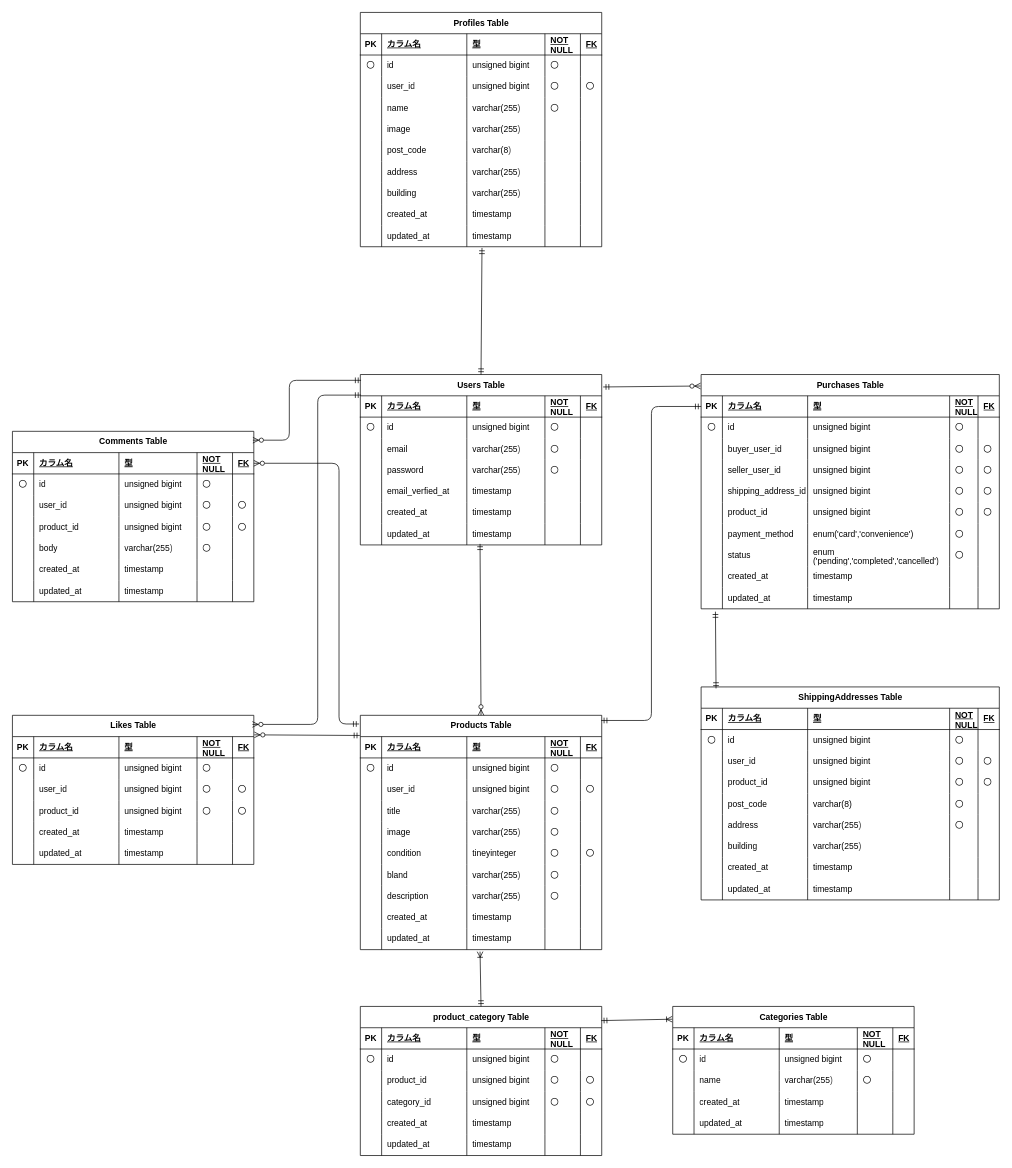
ErikoKikuchi/mock-case1 keeps this draw.io diagram as mock-case1.drawio. Above is the earlier version. Source tidied: cells renumbered, new cells numbered last; positions are measured from the earlier drawing's top-left corner, leaving out a move shared by most shapes. Both pictures are drawn from the tidied source at 71%, with x=0, y=0 at pixel (12, 12).
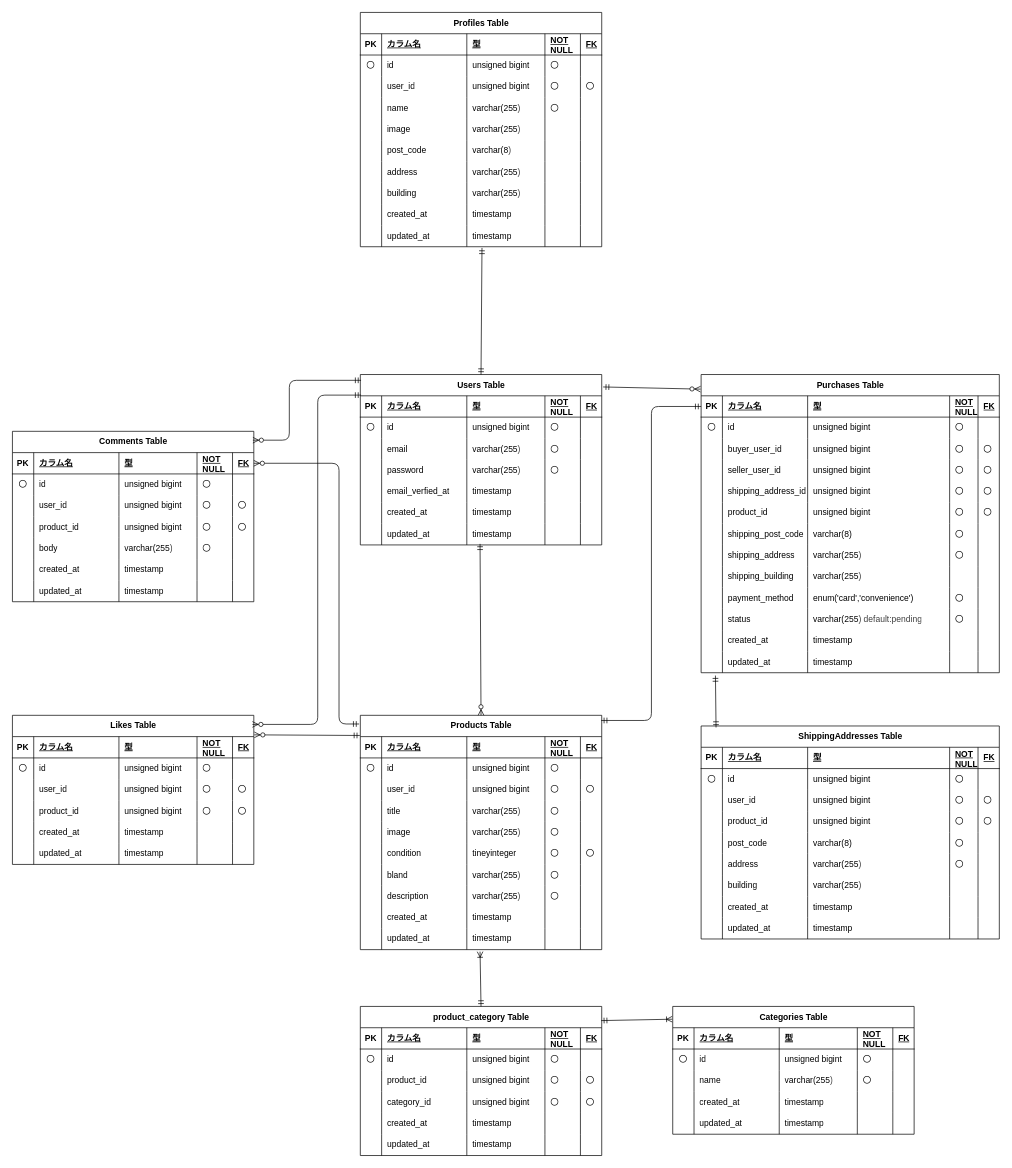
After the change.

Diff of the diagram source:
```diff
@@
     <mxCell id="156" value="Purchases Table" style="shape=table;startSize=30;childLayout=tableLayout;rowLines=0;fontStyle=1;align=center;html=1;" parent="1" vertex="1">
-      <mxGeometry x="970" y="510" width="420" height="330" as="geometry" />
+      <mxGeometry x="970" y="510" width="420" height="420" as="geometry" />
     </mxCell>
@@
+    <mxCell id="442" style="shape=tableRow;horizontal=0;startSize=0;swimlaneHead=0;swimlaneBody=0;fillColor=none;top=0;left=0;right=0;bottom=0;" parent="156" vertex="1">
+      <mxGeometry y="210" width="420" height="30" as="geometry" />
+    </mxCell>
+    <mxCell id="443" style="shape=partialRectangle;fillColor=none;top=0;left=0;bottom=0;right=0;overflow=hidden;whiteSpace=wrap;html=1;" parent="442" vertex="1">
+      <mxGeometry width="30" height="30" as="geometry" />
+    </mxCell>
+    <mxCell id="444" value="shipping_post_code" style="shape=partialRectangle;fillColor=none;top=0;left=0;bottom=0;right=0;align=left;spacingLeft=6;overflow=hidden;whiteSpace=wrap;html=1;" parent="442" vertex="1">
+      <mxGeometry x="30" width="120" height="30" as="geometry" />
+    </mxCell>
+    <mxCell id="445" value="&lt;span style=&quot;color: rgb(0, 0, 0);&quot;&gt;varchar(8)&lt;/span&gt;" style="shape=partialRectangle;fillColor=none;top=0;left=0;bottom=0;right=0;align=left;spacingLeft=6;overflow=hidden;whiteSpace=wrap;html=1;" parent="442" vertex="1">
+      <mxGeometry x="150" width="200" height="30" as="geometry" />
+    </mxCell>
+    <mxCell id="446" value="&lt;span style=&quot;color: rgb(0, 0, 0);&quot;&gt;〇&lt;/span&gt;" style="shape=partialRectangle;fillColor=none;top=0;left=0;bottom=0;right=0;align=left;spacingLeft=6;overflow=hidden;whiteSpace=wrap;html=1;" parent="442" vertex="1">
+      <mxGeometry x="350" width="40" height="30" as="geometry" />
+    </mxCell>
+    <mxCell id="447" style="shape=partialRectangle;fillColor=none;top=0;left=0;bottom=0;right=0;align=left;spacingLeft=6;overflow=hidden;whiteSpace=wrap;html=1;" parent="442" vertex="1">
+      <mxGeometry x="390" width="30" height="30" as="geometry" />
+    </mxCell>
+    <mxCell id="448" style="shape=tableRow;horizontal=0;startSize=0;swimlaneHead=0;swimlaneBody=0;fillColor=none;top=0;left=0;right=0;bottom=0;" parent="156" vertex="1">
+      <mxGeometry y="240" width="420" height="30" as="geometry" />
+    </mxCell>
+    <mxCell id="449" style="shape=partialRectangle;fillColor=none;top=0;left=0;bottom=0;right=0;overflow=hidden;whiteSpace=wrap;html=1;" parent="448" vertex="1">
+      <mxGeometry width="30" height="30" as="geometry" />
+    </mxCell>
+    <mxCell id="450" value="shipping_address" style="shape=partialRectangle;fillColor=none;top=0;left=0;bottom=0;right=0;align=left;spacingLeft=6;overflow=hidden;whiteSpace=wrap;html=1;" parent="448" vertex="1">
+      <mxGeometry x="30" width="120" height="30" as="geometry" />
+    </mxCell>
+    <mxCell id="451" value="&lt;span style=&quot;scrollbar-color: rgb(226, 226, 226) rgb(251, 251, 251); color: rgb(0, 0, 0);&quot;&gt;varchar(255&lt;/span&gt;&lt;span style=&quot;scrollbar-color: rgb(226, 226, 226) rgb(251, 251, 251); background-color: transparent; color: rgb(63, 63, 63);&quot;&gt;)&lt;/span&gt;" style="shape=partialRectangle;fillColor=none;top=0;left=0;bottom=0;right=0;align=left;spacingLeft=6;overflow=hidden;whiteSpace=wrap;html=1;" parent="448" vertex="1">
+      <mxGeometry x="150" width="200" height="30" as="geometry" />
+    </mxCell>
+    <mxCell id="452" value="&lt;span style=&quot;color: rgb(0, 0, 0);&quot;&gt;〇&lt;/span&gt;" style="shape=partialRectangle;fillColor=none;top=0;left=0;bottom=0;right=0;align=left;spacingLeft=6;overflow=hidden;whiteSpace=wrap;html=1;" parent="448" vertex="1">
+      <mxGeometry x="350" width="40" height="30" as="geometry" />
+    </mxCell>
+    <mxCell id="453" style="shape=partialRectangle;fillColor=none;top=0;left=0;bottom=0;right=0;align=left;spacingLeft=6;overflow=hidden;whiteSpace=wrap;html=1;" parent="448" vertex="1">
+      <mxGeometry x="390" width="30" height="30" as="geometry" />
+    </mxCell>
+    <mxCell id="454" style="shape=tableRow;horizontal=0;startSize=0;swimlaneHead=0;swimlaneBody=0;fillColor=none;top=0;left=0;right=0;bottom=0;" parent="156" vertex="1">
+      <mxGeometry y="270" width="420" height="30" as="geometry" />
+    </mxCell>
+    <mxCell id="455" style="shape=partialRectangle;fillColor=none;top=0;left=0;bottom=0;right=0;overflow=hidden;whiteSpace=wrap;html=1;" parent="454" vertex="1">
+      <mxGeometry width="30" height="30" as="geometry" />
+    </mxCell>
+    <mxCell id="456" value="shipping_building" style="shape=partialRectangle;fillColor=none;top=0;left=0;bottom=0;right=0;align=left;spacingLeft=6;overflow=hidden;whiteSpace=wrap;html=1;" parent="454" vertex="1">
+      <mxGeometry x="30" width="120" height="30" as="geometry" />
+    </mxCell>
+    <mxCell id="457" value="&lt;span style=&quot;scrollbar-color: rgb(226, 226, 226) rgb(251, 251, 251); color: rgb(0, 0, 0);&quot;&gt;varchar(255&lt;/span&gt;&lt;span style=&quot;scrollbar-color: rgb(226, 226, 226) rgb(251, 251, 251); background-color: transparent; color: rgb(63, 63, 63);&quot;&gt;)&lt;/span&gt;" style="shape=partialRectangle;fillColor=none;top=0;left=0;bottom=0;right=0;align=left;spacingLeft=6;overflow=hidden;whiteSpace=wrap;html=1;" parent="454" vertex="1">
+      <mxGeometry x="150" width="200" height="30" as="geometry" />
+    </mxCell>
+    <mxCell id="458" style="shape=partialRectangle;fillColor=none;top=0;left=0;bottom=0;right=0;align=left;spacingLeft=6;overflow=hidden;whiteSpace=wrap;html=1;" parent="454" vertex="1">
+      <mxGeometry x="350" width="40" height="30" as="geometry" />
+    </mxCell>
+    <mxCell id="459" style="shape=partialRectangle;fillColor=none;top=0;left=0;bottom=0;right=0;align=left;spacingLeft=6;overflow=hidden;whiteSpace=wrap;html=1;" parent="454" vertex="1">
+      <mxGeometry x="390" width="30" height="30" as="geometry" />
+    </mxCell>
     <mxCell id="193" style="shape=tableRow;horizontal=0;startSize=0;swimlaneHead=0;swimlaneBody=0;fillColor=none;top=0;left=0;right=0;bottom=0;" parent="156" vertex="1">
-      <mxGeometry y="210" width="420" height="30" as="geometry" />
+      <mxGeometry y="300" width="420" height="30" as="geometry" />
     </mxCell>
@@
     <mxCell id="199" style="shape=tableRow;horizontal=0;startSize=0;swimlaneHead=0;swimlaneBody=0;fillColor=none;top=0;left=0;right=0;bottom=0;" parent="156" vertex="1">
-      <mxGeometry y="240" width="420" height="30" as="geometry" />
+      <mxGeometry y="330" width="420" height="30" as="geometry" />
     </mxCell>
@@
-    <mxCell id="202" value="enum&lt;div&gt;('pending','completed','cancelled')&lt;/div&gt;" style="shape=partialRectangle;fillColor=none;top=0;left=0;bottom=0;right=0;align=left;spacingLeft=6;overflow=hidden;whiteSpace=wrap;html=1;" parent="199" vertex="1">
+    <mxCell id="202" value="&lt;span style=&quot;scrollbar-color: rgb(226, 226, 226) rgb(251, 251, 251); color: rgb(0, 0, 0);&quot;&gt;varchar(255&lt;/span&gt;&lt;span style=&quot;scrollbar-color: rgb(226, 226, 226) rgb(251, 251, 251); background-color: transparent; color: rgb(63, 63, 63);&quot;&gt;) default:pending&lt;/span&gt;" style="shape=partialRectangle;fillColor=none;top=0;left=0;bottom=0;right=0;align=left;spacingLeft=6;overflow=hidden;whiteSpace=wrap;html=1;" parent="199" vertex="1">
       <mxGeometry x="150" width="200" height="30" as="geometry" />
     </mxCell>
@@
     <mxCell id="205" style="shape=tableRow;horizontal=0;startSize=0;swimlaneHead=0;swimlaneBody=0;fillColor=none;top=0;left=0;right=0;bottom=0;" parent="156" vertex="1">
-      <mxGeometry y="270" width="420" height="30" as="geometry" />
+      <mxGeometry y="360" width="420" height="30" as="geometry" />
     </mxCell>
@@
     <mxCell id="211" style="shape=tableRow;horizontal=0;startSize=0;swimlaneHead=0;swimlaneBody=0;fillColor=none;points=[[0,0.5],[1,0.5]];portConstraint=eastwest;top=0;left=0;right=0;bottom=0;" parent="156" vertex="1">
-      <mxGeometry y="300" width="420" height="30" as="geometry" />
+      <mxGeometry y="390" width="420" height="30" as="geometry" />
     </mxCell>
@@
     <mxCell id="386" value="ShippingAddresses Table" style="shape=table;startSize=30;childLayout=tableLayout;rowLines=0;fontStyle=1;align=center;html=1;" parent="1" vertex="1">
-      <mxGeometry x="970" y="950" width="420" height="300" as="geometry" />
+      <mxGeometry x="970" y="1005" width="420" height="300" as="geometry" />
     </mxCell>
```
